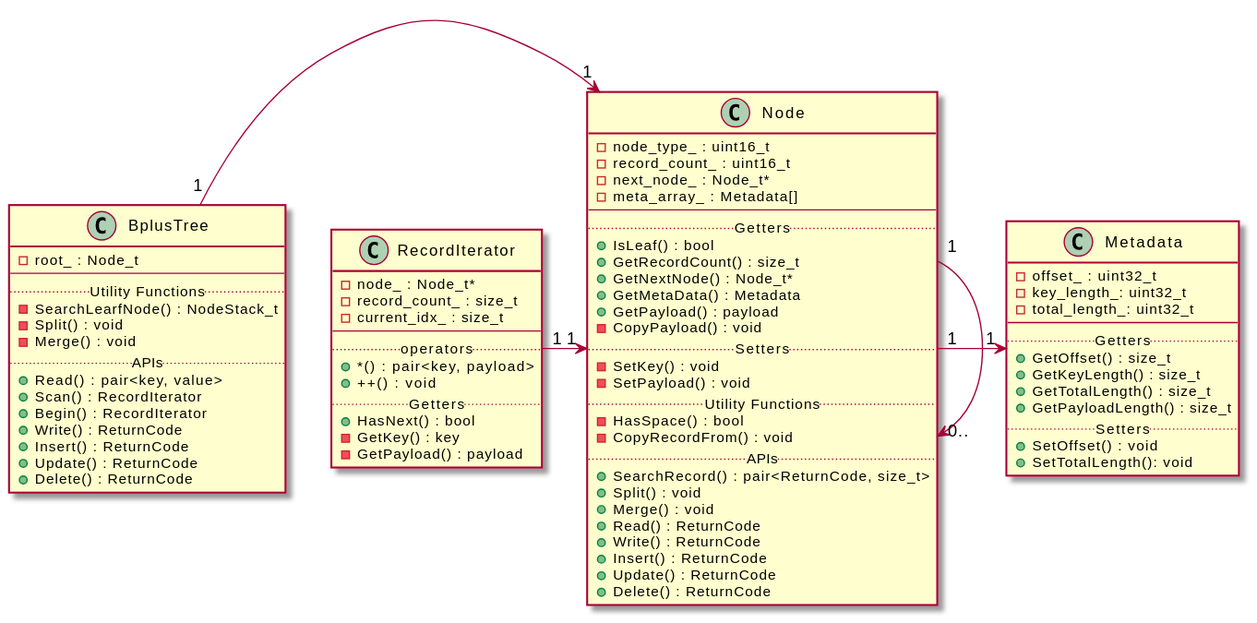
This is design_doc/figures/class.svg from dbgroup-nagoya-u/b-tree, a PlantUML export, as it was before one commit.
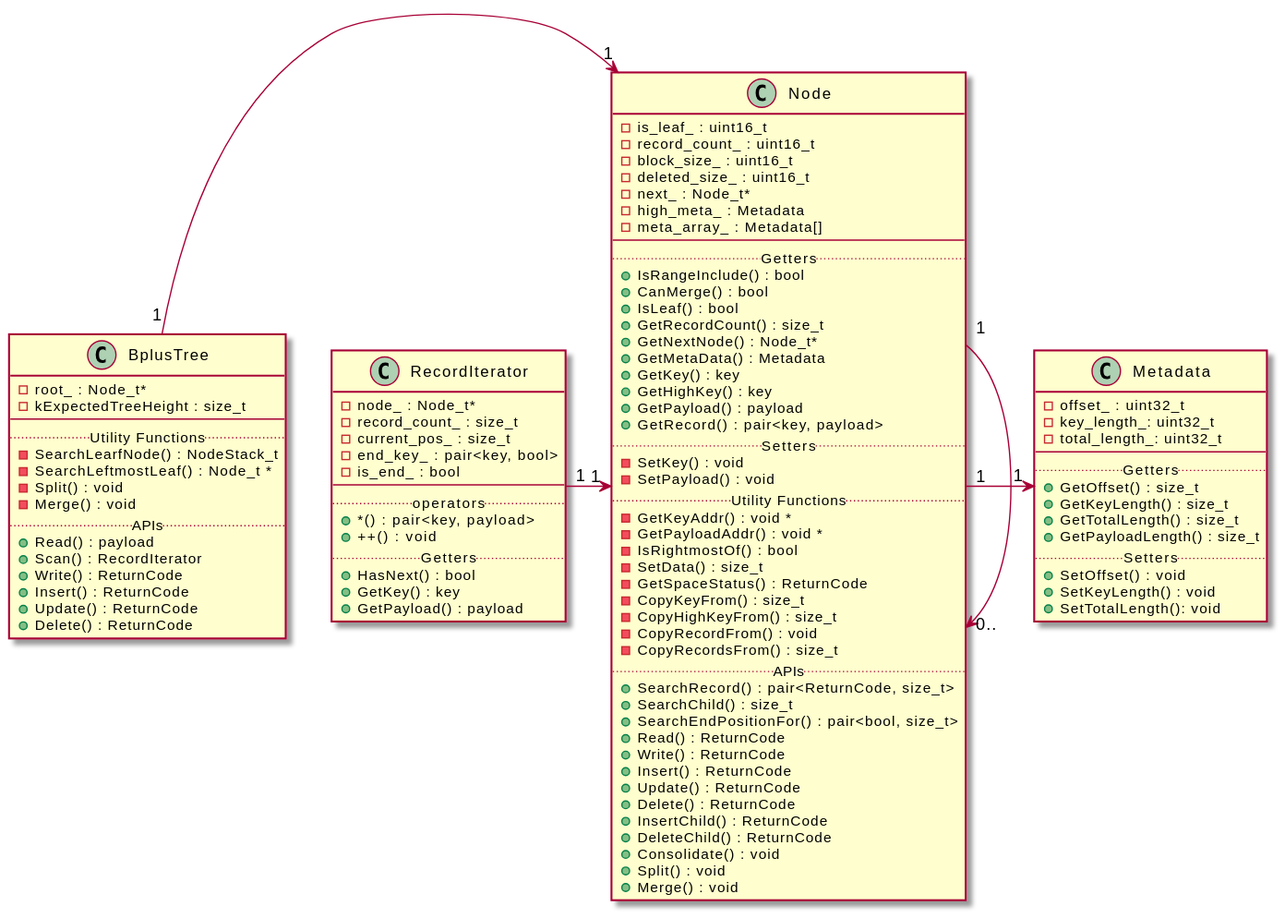
Above is the later version.

Commit message:
modify b+tree class diagram

What changed in the source:
```diff
@@ -1,16 +1,17 @@
 @startuml
 
 class BplusTree{
-  -root_ : Node_t
+  -root_ : Node_t*
+  -kExpectedTreeHeight : size_t
 --
 .. Utility Functions ..
   -SearchLearfNode() : NodeStack_t
+  -SearchLeftmostLeaf() : Node_t *
   -Split() : void
   -Merge() : void
 .. APIs ..
-  +Read() : pair<key, value>
+  +Read() : payload
   +Scan() : RecordIterator
-  +Begin() : RecordIterator
   +Write() : ReturnCode
   +Insert() : ReturnCode
   +Update() : ReturnCode
@@ -18,33 +19,52 @@
 }
 
 class Node{
-  -node_type_ : uint16_t
+  -is_leaf_ : uint16_t
   -record_count_ : uint16_t
-  -next_node_ : Node_t*
+  -block_size_ : uint16_t
+  -deleted_size_ : uint16_t
+  -next_ : Node_t*
+  -high_meta_ : Metadata
   -meta_array_ : Metadata[]
 --
 .. Getters ..
+  +IsRangeInclude() : bool
+  +CanMerge() : bool
   +IsLeaf() : bool
   +GetRecordCount() : size_t
   +GetNextNode() : Node_t*
   +GetMetaData() : Metadata
+  +GetKey() : key
+  +GetHighKey() : key
   +GetPayload() : payload
-  -CopyPayload() : void
+  +GetRecord() : pair<key, payload>
 .. Setters ..
   -SetKey() : void
   -SetPayload() : void
 .. Utility Functions ..
-  -HasSpace() : bool
+  -GetKeyAddr() : void *
+  -GetPayloadAddr() : void *
+  -IsRightmostOf() : bool
+  -SetData() : size_t
+  -GetSpaceStatus() : ReturnCode
+  -CopyKeyFrom() : size_t
+  -CopyHighKeyFrom() : size_t
   -CopyRecordFrom() : void
+  -CopyRecordsFrom() : size_t
 .. APIs ..
   +SearchRecord() : pair<ReturnCode, size_t>
-  +Split() : void
-  +Merge() : void
+  +SearchChild() : size_t
+  +SearchEndPositionFor() : pair<bool, size_t>
   +Read() : ReturnCode
   +Write() : ReturnCode
   +Insert() : ReturnCode
   +Update() : ReturnCode
   +Delete() : ReturnCode
+  +InsertChild() : ReturnCode
+  +DeleteChild() : ReturnCode
+  +Consolidate() : void
+  +Split() : void
+  +Merge() : void
 }
 
 class Metadata{
@@ -59,21 +79,24 @@
   +GetPayloadLength() : size_t
 .. Setters ..
   +SetOffset() : void
+  +SetKeyLength() : void
   +SetTotalLength(): void
 }
 
 class RecordIterator{
   -node_ : Node_t*
   -record_count_ : size_t
-  -current_idx_ : size_t
+  -current_pos_ : size_t
+  -end_key_ : pair<key, bool>
+  -is_end_ : bool
 --
 .. operators ..
   + *() : pair<key, payload>
   + ++() : void
 .. Getters ..
   +HasNext() : bool
-  -GetKey() : key
-  -GetPayload() : payload
+  +GetKey() : key
+  +GetPayload() : payload
 }
 
 BplusTree "1" -> "1" Node
```
